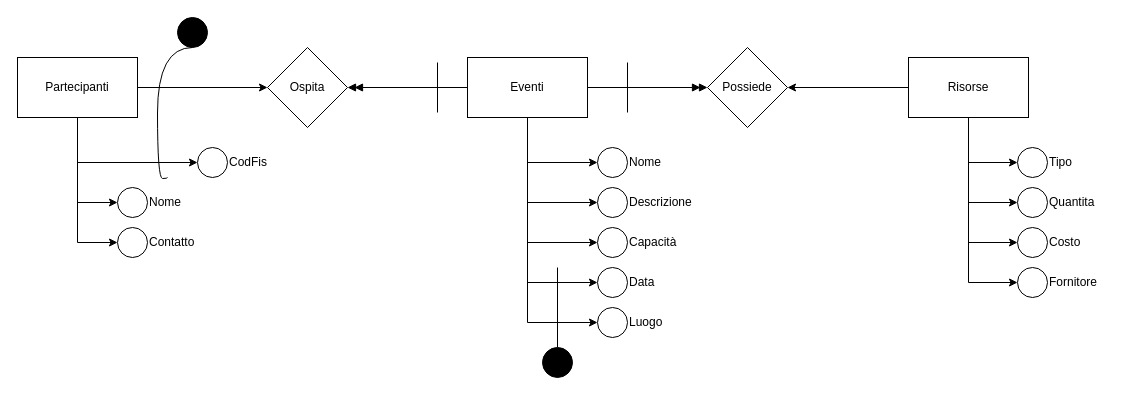
The draw.io diagram Esercitazione_task_Eventi/Eventi.drawio in Sparck94/Esercitazione_08_03, before the edit. Source tidied: cells renumbered, new cells numbered last; positions are measured from the earlier drawing's top-left corner, leaving out a move shared by most shapes. Both pictures are drawn from the tidied source at 100%, with x=0, y=0 at pixel (17, 17).
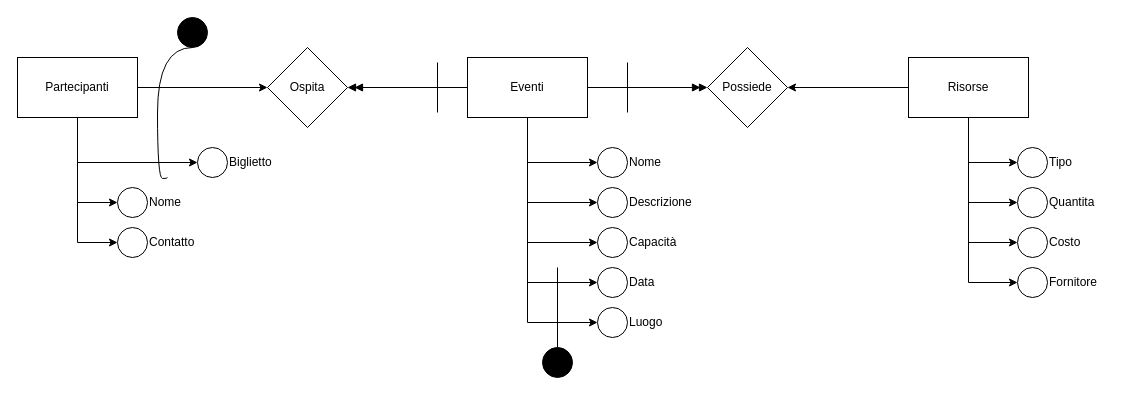
Above is the later version.

What changed in the source:
```diff
@@
-    <mxCell id="50" value="CodFis" style="text;html=1;align=left;verticalAlign=middle;whiteSpace=wrap;rounded=0;" parent="1" vertex="1">
+    <mxCell id="50" value="Biglietto" style="text;html=1;align=left;verticalAlign=middle;whiteSpace=wrap;rounded=0;" parent="1" vertex="1">
       <mxGeometry x="210" y="130" width="60" height="30" as="geometry" />
     </mxCell>
```
